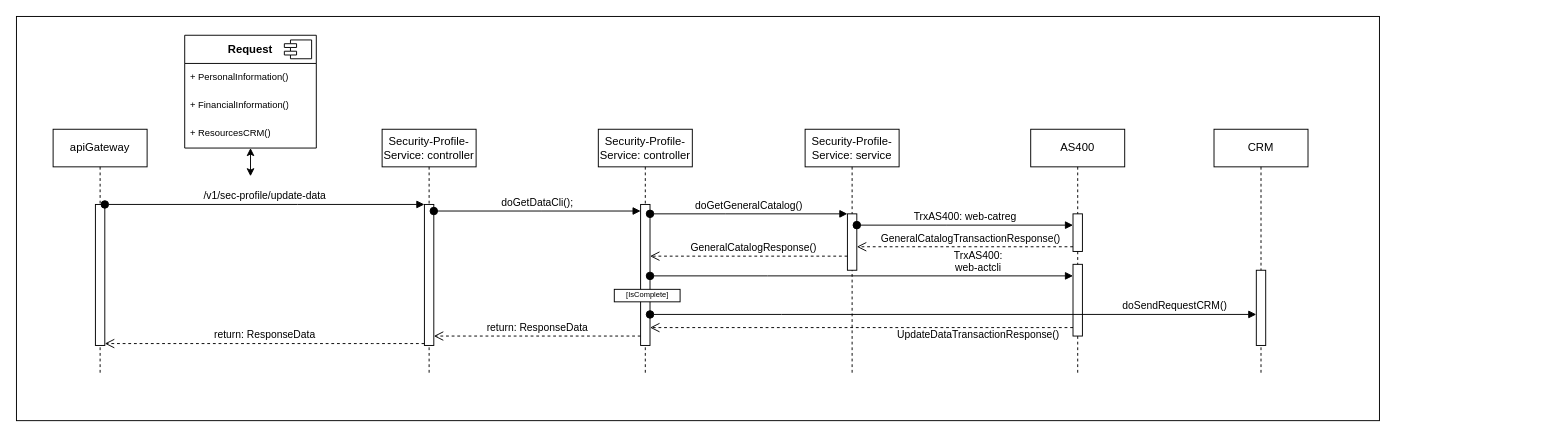
This is 9no endpoint; actualizacion de datos.drawio from StevenGpByte/ActualizacionDatos, a draw.io file, before an edit. Source tidied: cells renumbered, new cells numbered last; positions are measured from the earlier drawing's top-left corner, leaving out a move shared by most shapes. Both pictures are drawn from the tidied source at 94%, with x=0, y=0 at pixel (16, 16).
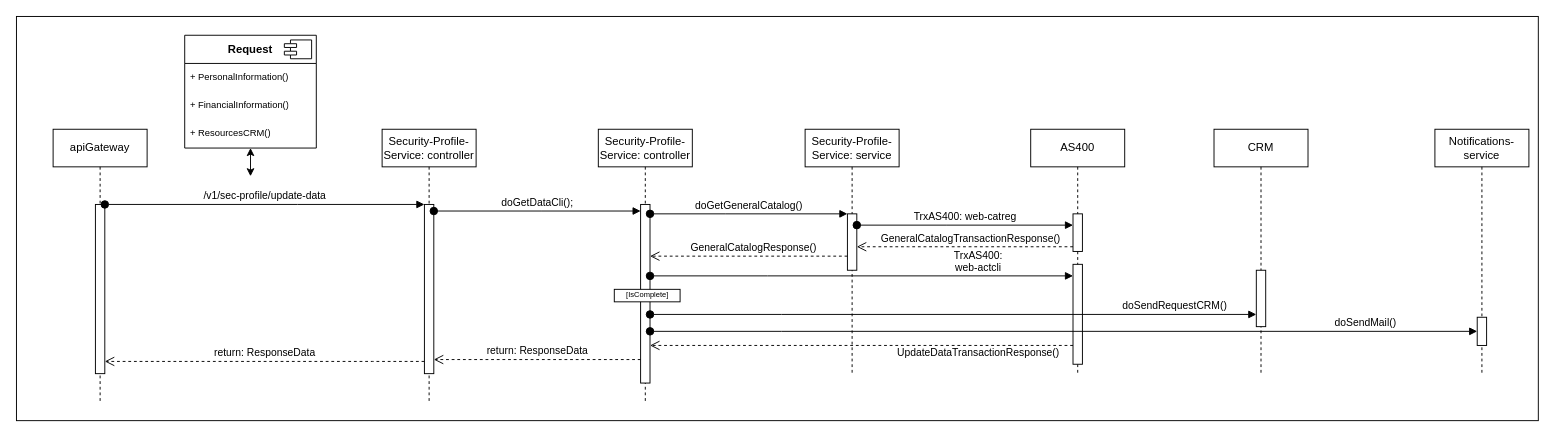
The same diagram, later.

The change refers to these unchanged cells:
```xml
<mxCell id="11" value="AS400" style="shape=umlLifeline;perimeter=lifelinePerimeter;whiteSpace=wrap;html=1;newEdgeStyle={&quot;edgeStyle&quot;:&quot;elbowEdgeStyle&quot;,&quot;elbow&quot;:&quot;vertical&quot;,&quot;curved&quot;:0,&quot;rounded&quot;:0};" parent="1" vertex="1">
  <mxGeometry x="1079" y="120" width="100" height="260" as="geometry" />
</mxCell>
<mxCell id="30" value="CRM" style="shape=umlLifeline;perimeter=lifelinePerimeter;whiteSpace=wrap;html=1;newEdgeStyle={&quot;edgeStyle&quot;:&quot;elbowEdgeStyle&quot;,&quot;elbow&quot;:&quot;vertical&quot;,&quot;curved&quot;:0,&quot;rounded&quot;:0};" parent="1" vertex="1">
  <mxGeometry x="1274" y="120" width="100" height="260" as="geometry" />
</mxCell>
```

What changed in the source:
```diff
@@
     <mxCell id="2" style="rounded=0;whiteSpace=wrap;html=1;" parent="1" vertex="1">
-      <mxGeometry width="1450" height="430" as="geometry" />
+      <mxGeometry width="1619" height="430" as="geometry" />
     </mxCell>
     <mxCell id="3" value="apiGateway&lt;br&gt;" style="shape=umlLifeline;perimeter=lifelinePerimeter;whiteSpace=wrap;html=1;newEdgeStyle={&quot;edgeStyle&quot;:&quot;elbowEdgeStyle&quot;,&quot;elbow&quot;:&quot;vertical&quot;,&quot;curved&quot;:0,&quot;rounded&quot;:0};" parent="1" vertex="1">
-      <mxGeometry x="39" y="120" width="100" height="260" as="geometry" />
+      <mxGeometry x="39" y="120" width="100" height="290" as="geometry" />
     </mxCell>
     <mxCell id="4" style="html=1;points=[];perimeter=orthogonalPerimeter;outlineConnect=0;targetShapes=umlLifeline;portConstraint=eastwest;newEdgeStyle={&quot;edgeStyle&quot;:&quot;elbowEdgeStyle&quot;,&quot;elbow&quot;:&quot;vertical&quot;,&quot;curved&quot;:0,&quot;rounded&quot;:0};" parent="3" vertex="1">
-      <mxGeometry x="45" y="80" width="10" height="150" as="geometry" />
+      <mxGeometry x="45" y="80" width="10" height="180" as="geometry" />
     </mxCell>
     <mxCell id="5" value="Security-Profile-Service: controller" style="shape=umlLifeline;perimeter=lifelinePerimeter;whiteSpace=wrap;html=1;newEdgeStyle={&quot;edgeStyle&quot;:&quot;elbowEdgeStyle&quot;,&quot;elbow&quot;:&quot;vertical&quot;,&quot;curved&quot;:0,&quot;rounded&quot;:0};" parent="1" vertex="1">
-      <mxGeometry x="389" y="120" width="100" height="260" as="geometry" />
+      <mxGeometry x="389" y="120" width="100" height="290" as="geometry" />
     </mxCell>
     <mxCell id="6" style="html=1;points=[];perimeter=orthogonalPerimeter;outlineConnect=0;targetShapes=umlLifeline;portConstraint=eastwest;newEdgeStyle={&quot;edgeStyle&quot;:&quot;elbowEdgeStyle&quot;,&quot;elbow&quot;:&quot;vertical&quot;,&quot;curved&quot;:0,&quot;rounded&quot;:0};" parent="5" vertex="1">
-      <mxGeometry x="45" y="80" width="10" height="150" as="geometry" />
+      <mxGeometry x="45" y="80" width="10" height="180" as="geometry" />
     </mxCell>
     <mxCell id="7" value="return: ResponseData" style="html=1;verticalAlign=bottom;endArrow=open;dashed=1;endSize=8;edgeStyle=elbowEdgeStyle;elbow=vertical;curved=0;rounded=0;" parent="1" edge="1">
       <mxGeometry relative="1" as="geometry">
-        <mxPoint x="434" y="348" as="sourcePoint" />
-        <mxPoint x="94" y="348" as="targetPoint" />
+        <mxPoint x="434" y="367" as="sourcePoint" />
+        <mxPoint x="94" y="367" as="targetPoint" />
         <Array as="points">
-          <mxPoint x="379" y="348" />
-          <mxPoint x="349" y="368" />
-          <mxPoint x="409" y="338" />
-          <mxPoint x="319" y="318" />
-          <mxPoint x="359" y="298" />
-          <mxPoint x="289" y="428" />
-          <mxPoint x="189" y="418" />
+          <mxPoint x="379" y="367" />
+          <mxPoint x="349" y="387" />
+          <mxPoint x="409" y="357" />
+          <mxPoint x="319" y="337" />
+          <mxPoint x="359" y="317" />
+          <mxPoint x="289" y="447" />
+          <mxPoint x="189" y="437" />
         </Array>
       </mxGeometry>
     </mxCell>
@@
     <mxCell id="9" value="&lt;span style=&quot;font-weight: normal;&quot;&gt;Security-Profile-Service: controller&lt;/span&gt;" style="shape=umlLifeline;perimeter=lifelinePerimeter;whiteSpace=wrap;html=1;newEdgeStyle={&quot;edgeStyle&quot;:&quot;elbowEdgeStyle&quot;,&quot;elbow&quot;:&quot;vertical&quot;,&quot;curved&quot;:0,&quot;rounded&quot;:0};fontStyle=1;" parent="1" vertex="1">
-      <mxGeometry x="619" y="120" width="100" height="260" as="geometry" />
+      <mxGeometry x="619" y="120" width="100" height="290" as="geometry" />
     </mxCell>
     <mxCell id="10" style="html=1;points=[];perimeter=orthogonalPerimeter;outlineConnect=0;targetShapes=umlLifeline;portConstraint=eastwest;newEdgeStyle={&quot;edgeStyle&quot;:&quot;elbowEdgeStyle&quot;,&quot;elbow&quot;:&quot;vertical&quot;,&quot;curved&quot;:0,&quot;rounded&quot;:0};" parent="9" vertex="1">
-      <mxGeometry x="45" y="80" width="10" height="150" as="geometry" />
+      <mxGeometry x="45" y="80" width="10" height="190" as="geometry" />
     </mxCell>
@@
     <mxCell id="13" style="html=1;perimeter=orthogonalPerimeter;targetShapes=umlLifeline;newEdgeStyle={&quot;edgeStyle&quot;:&quot;elbowEdgeStyle&quot;,&quot;elbow&quot;:&quot;vertical&quot;,&quot;curved&quot;:0,&quot;rounded&quot;:0};" parent="11" vertex="1">
-      <mxGeometry x="45" y="143.7" width="10" height="76.3" as="geometry" />
+      <mxGeometry x="45" y="143.7" width="10" height="106.3" as="geometry" />
     </mxCell>
@@
     <mxCell id="21" value="UpdateDataTransactionResponse()" style="html=1;verticalAlign=bottom;endArrow=open;dashed=1;endSize=8;edgeStyle=elbowEdgeStyle;elbow=vertical;curved=0;rounded=0;" parent="1" edge="1">
       <mxGeometry x="-0.55" y="17" relative="1" as="geometry">
-        <mxPoint x="1124" y="331" as="sourcePoint" />
-        <mxPoint x="674" y="331" as="targetPoint" />
+        <mxPoint x="1124" y="350" as="sourcePoint" />
+        <mxPoint x="674" y="350" as="targetPoint" />
         <Array as="points">
-          <mxPoint x="809" y="331" />
-          <mxPoint x="819" y="351" />
-          <mxPoint x="794" y="341" />
-          <mxPoint x="704" y="321" />
-          <mxPoint x="744" y="301" />
-          <mxPoint x="674" y="431" />
-          <mxPoint x="574" y="421" />
+          <mxPoint x="809" y="350" />
+          <mxPoint x="819" y="370" />
+          <mxPoint x="794" y="360" />
+          <mxPoint x="704" y="340" />
+          <mxPoint x="744" y="320" />
+          <mxPoint x="674" y="450" />
+          <mxPoint x="574" y="440" />
         </Array>
       </mxGeometry>
     </mxCell>
     <mxCell id="22" value="return: ResponseData" style="html=1;verticalAlign=bottom;endArrow=open;dashed=1;endSize=8;edgeStyle=elbowEdgeStyle;elbow=vertical;curved=0;rounded=0;" parent="1" edge="1">
       <mxGeometry relative="1" as="geometry">
-        <mxPoint x="664" y="340" as="sourcePoint" />
-        <mxPoint x="444" y="340" as="targetPoint" />
+        <mxPoint x="664" y="365" as="sourcePoint" />
+        <mxPoint x="444" y="365" as="targetPoint" />
         <Array as="points">
-          <mxPoint x="619" y="340" />
-          <mxPoint x="604" y="360" />
-          <mxPoint x="514" y="340" />
-          <mxPoint x="554" y="320" />
-          <mxPoint x="484" y="450" />
-          <mxPoint x="384" y="440" />
+          <mxPoint x="619" y="365" />
+          <mxPoint x="604" y="385" />
+          <mxPoint x="514" y="365" />
+          <mxPoint x="554" y="345" />
+          <mxPoint x="484" y="475" />
+          <mxPoint x="384" y="465" />
         </Array>
       </mxGeometry>
     </mxCell>
@@
     <mxCell id="31" style="html=1;perimeter=orthogonalPerimeter;targetShapes=umlLifeline;newEdgeStyle={&quot;edgeStyle&quot;:&quot;elbowEdgeStyle&quot;,&quot;elbow&quot;:&quot;vertical&quot;,&quot;curved&quot;:0,&quot;rounded&quot;:0};" parent="30" vertex="1">
-      <mxGeometry x="45" y="150" width="10" height="80" as="geometry" />
+      <mxGeometry x="45" y="150" width="10" height="60" as="geometry" />
     </mxCell>
@@
+    <mxCell id="36" value="Notifications-service" style="shape=umlLifeline;perimeter=lifelinePerimeter;whiteSpace=wrap;html=1;newEdgeStyle={&quot;edgeStyle&quot;:&quot;elbowEdgeStyle&quot;,&quot;elbow&quot;:&quot;vertical&quot;,&quot;curved&quot;:0,&quot;rounded&quot;:0};" parent="1" vertex="1">
+      <mxGeometry x="1509" y="120" width="100" height="260" as="geometry" />
+    </mxCell>
+    <mxCell id="37" style="html=1;points=[];perimeter=orthogonalPerimeter;outlineConnect=0;targetShapes=umlLifeline;portConstraint=eastwest;newEdgeStyle={&quot;edgeStyle&quot;:&quot;elbowEdgeStyle&quot;,&quot;elbow&quot;:&quot;vertical&quot;,&quot;curved&quot;:0,&quot;rounded&quot;:0};" parent="36" vertex="1">
+      <mxGeometry x="45" y="200" width="10" height="30" as="geometry" />
+    </mxCell>
+    <mxCell id="38" value="doSendMail()" style="html=1;verticalAlign=bottom;startArrow=oval;endArrow=block;startSize=8;edgeStyle=elbowEdgeStyle;elbow=vertical;curved=0;rounded=0;" parent="1" edge="1" target="37">
+      <mxGeometry x="0.73" relative="1" as="geometry">
+        <mxPoint x="674" y="335" as="sourcePoint" />
+        <Array as="points">
+          <mxPoint x="814" y="335" />
+          <mxPoint x="834" y="345" />
+          <mxPoint x="814" y="285" />
+          <mxPoint x="794" y="345" />
+          <mxPoint x="814" y="285" />
+          <mxPoint x="849" y="325" />
+        </Array>
+      </mxGeometry>
+    </mxCell>
```
